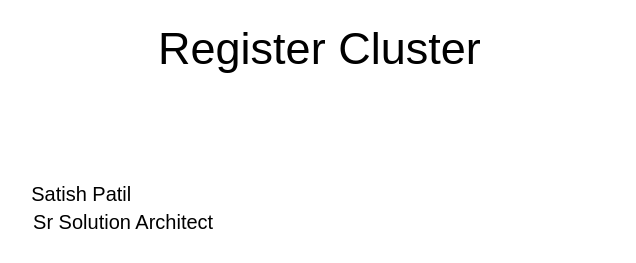
Earlier version of the draw.io diagram page "Market" (6 of 7) of static/slides/capabilities.drawio (aws-samples/eks-blueprints-for-terraform-workshop). Source tidied: cells renumbered, new cells numbered last; positions are measured from the earlier drawing's top-left corner, leaving out a move shared by most shapes. Both pictures are drawn from the tidied source at 125%, with x=0, y=0 at pixel (21, 29).
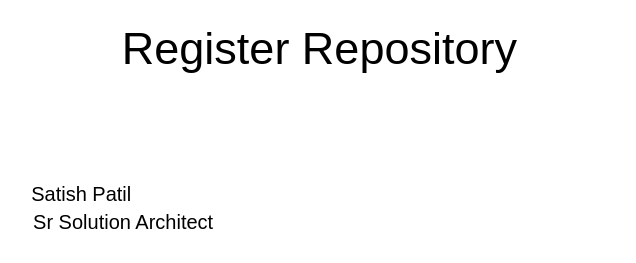
The same page after the edit.

Change to the diagram source:
```diff
@@
 <mxGraphModel>
   <root>
     <mxCell id="0" />
     <mxCell id="1" parent="0" />
-    <mxCell id="2" value="&lt;font style=&quot;font-size: 36px;&quot;&gt;Register Cluster&lt;/font&gt;" style="text;html=1;strokeColor=none;fillColor=none;align=center;verticalAlign=middle;whiteSpace=wrap;rounded=0;" parent="1" vertex="1">
+    <mxCell id="2" value="&lt;font style=&quot;font-size: 36px;&quot;&gt;Register Repository&lt;/font&gt;" style="text;html=1;strokeColor=none;fillColor=none;align=center;verticalAlign=middle;whiteSpace=wrap;rounded=0;" parent="1" vertex="1">
       <mxGeometry x="2" width="473" height="30" as="geometry" />
     </mxCell>
     <mxCell id="3" value="Satish Patil" style="text;html=1;strokeColor=none;fillColor=none;align=center;verticalAlign=middle;whiteSpace=wrap;rounded=0;fontSize=16;" parent="1" vertex="1">
       <mxGeometry y="117" width="96" height="30" as="geometry" />
     </mxCell>
     <mxCell id="4" value="Sr Solution Architect" style="text;html=1;strokeColor=none;fillColor=none;align=center;verticalAlign=middle;whiteSpace=wrap;rounded=0;fontSize=16;" parent="1" vertex="1">
       <mxGeometry x="4" y="139" width="155" height="30" as="geometry" />
     </mxCell>
   </root>
 </mxGraphModel>
```
